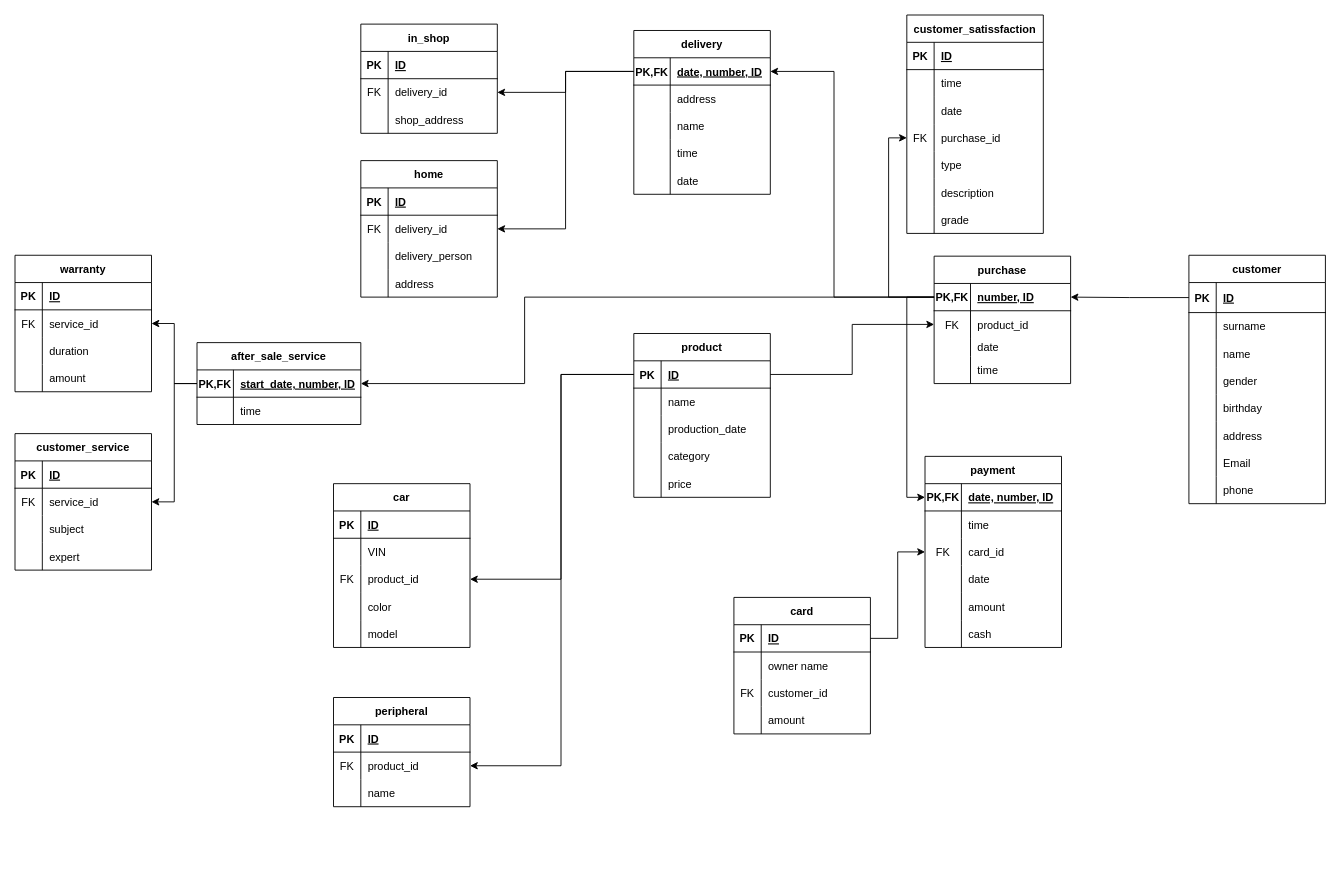
mohsenshahii/database keeps this draw.io diagram as car_logical1.drawio. Above is the earlier version. Source tidied: cells renumbered, new cells numbered last; positions are measured from the earlier drawing's top-left corner, leaving out a move shared by most shapes. Both pictures are drawn from the tidied source at 91%, with x=0, y=0 at pixel (15, 15).
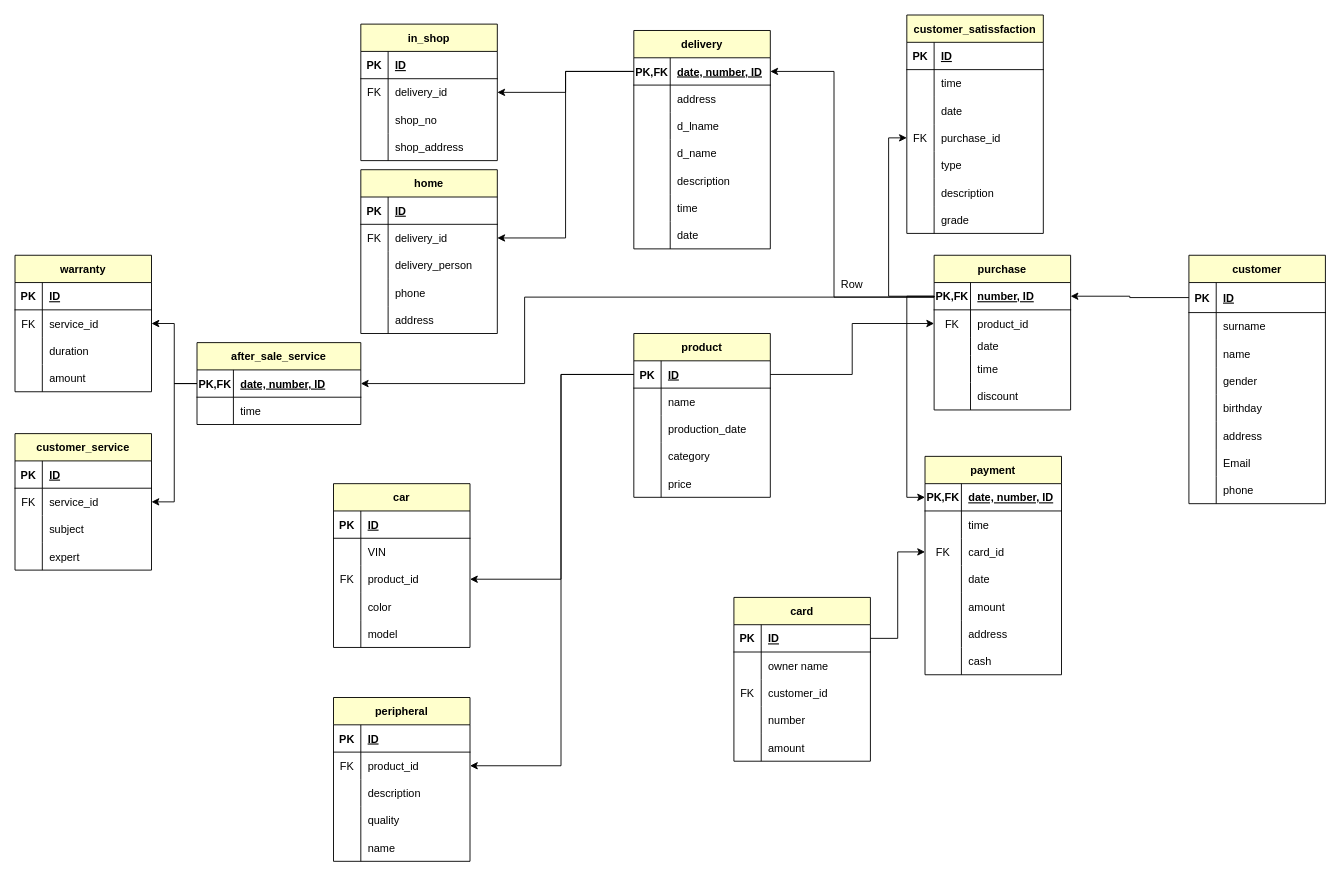
The same diagram, later.

Unchanged cells that the change refers to:
```xml
<mxCell id="144" style="shape=tableRow;horizontal=0;startSize=0;swimlaneHead=0;swimlaneBody=0;fillColor=none;points=[[0,0.5],[1,0.5]];portConstraint=eastwest;top=0;left=0;right=0;bottom=1;" parent="143" vertex="1">
  <mxGeometry y="30" width="180" height="30" as="geometry" />
</mxCell>
```

The edit, as a diff of the source:
```diff
@@
-    <mxCell id="2" value="customer" style="shape=table;startSize=30;childLayout=tableLayout;rowLines=0;fontStyle=1;align=center;arcSize=21;" parent="1" vertex="1">
+    <mxCell id="2" value="customer" style="shape=table;startSize=30;childLayout=tableLayout;rowLines=0;fontStyle=1;align=center;arcSize=21;fillColor=#FFFFCC;" parent="1" vertex="1">
       <mxGeometry x="1290" y="264" width="150" height="273" as="geometry" />
     </mxCell>
@@
-    <mxCell id="27" value="customer_satissfaction" style="shape=table;startSize=30;childLayout=tableLayout;rowLines=0;fontStyle=1;align=center;" parent="1" vertex="1">
+    <mxCell id="27" value="customer_satissfaction" style="shape=table;startSize=30;childLayout=tableLayout;rowLines=0;fontStyle=1;align=center;fillColor=#FFFFCC;" parent="1" vertex="1">
       <mxGeometry x="980" width="150" height="240" as="geometry" />
     </mxCell>
@@
-    <mxCell id="49" value="purchase" style="shape=table;startSize=30;childLayout=tableLayout;rowLines=0;fontStyle=1;align=center;" parent="1" vertex="1">
-      <mxGeometry x="1010" y="265" width="150" height="140" as="geometry" />
+    <mxCell id="49" value="purchase" style="shape=table;startSize=30;childLayout=tableLayout;rowLines=0;fontStyle=1;align=center;fillColor=#FFFFCC;" parent="1" vertex="1">
+      <mxGeometry x="1010" y="264" width="150" height="170" as="geometry" />
     </mxCell>
@@
+    <mxCell id="221" style="shape=tableRow;horizontal=0;startSize=0;swimlaneHead=0;swimlaneBody=0;fillColor=none;top=0;left=0;right=0;bottom=0;" parent="49" vertex="1">
+      <mxGeometry y="140" width="150" height="30" as="geometry" />
+    </mxCell>
+    <mxCell id="222" style="shape=partialRectangle;fillColor=none;top=0;left=0;bottom=0;right=0;overflow=hidden;" parent="221" vertex="1">
+      <mxGeometry width="40" height="30" as="geometry" />
+    </mxCell>
+    <mxCell id="223" value="discount" style="shape=partialRectangle;fillColor=none;top=0;left=0;bottom=0;right=0;align=left;spacingLeft=6;overflow=hidden;" parent="221" vertex="1">
+      <mxGeometry x="40" width="110" height="30" as="geometry" />
+    </mxCell>
-    <mxCell id="62" value="payment" style="shape=table;startSize=30;childLayout=tableLayout;rowLines=0;fontStyle=1;align=center;" parent="1" vertex="1">
-      <mxGeometry x="1000" y="485" width="150" height="210" as="geometry" />
+    <mxCell id="62" value="payment" style="shape=table;startSize=30;childLayout=tableLayout;rowLines=0;fontStyle=1;align=center;fillColor=#FFFFCC;" parent="1" vertex="1">
+      <mxGeometry x="1000" y="485" width="150" height="240" as="geometry" />
     </mxCell>
@@
+    <mxCell id="224" style="shape=tableRow;horizontal=0;startSize=0;swimlaneHead=0;swimlaneBody=0;fillColor=none;top=0;left=0;right=0;bottom=0;" parent="62" vertex="1">
+      <mxGeometry y="180" width="150" height="30" as="geometry" />
+    </mxCell>
+    <mxCell id="225" style="shape=partialRectangle;fillColor=none;top=0;left=0;bottom=0;right=0;overflow=hidden;" parent="224" vertex="1">
+      <mxGeometry width="40" height="30" as="geometry" />
+    </mxCell>
+    <mxCell id="226" value="address" style="shape=partialRectangle;fillColor=none;top=0;left=0;bottom=0;right=0;align=left;spacingLeft=6;overflow=hidden;" parent="224" vertex="1">
+      <mxGeometry x="40" width="110" height="30" as="geometry" />
+    </mxCell>
     <mxCell id="78" style="shape=tableRow;horizontal=0;startSize=0;swimlaneHead=0;swimlaneBody=0;fillColor=none;top=0;left=0;right=0;bottom=0;" parent="62" vertex="1">
-      <mxGeometry y="180" width="150" height="30" as="geometry" />
+      <mxGeometry y="210" width="150" height="30" as="geometry" />
     </mxCell>
@@
-    <mxCell id="81" value="card" style="shape=table;startSize=30;childLayout=tableLayout;rowLines=0;fontStyle=1;align=center;" parent="1" vertex="1">
-      <mxGeometry x="790" y="640" width="150" height="150" as="geometry" />
+    <mxCell id="81" value="card" style="shape=table;startSize=30;childLayout=tableLayout;rowLines=0;fontStyle=1;align=center;fillColor=#FFFFCC;" parent="1" vertex="1">
+      <mxGeometry x="790" y="640" width="150" height="180" as="geometry" />
     </mxCell>
@@
+    <mxCell id="227" style="shape=tableRow;horizontal=0;startSize=0;swimlaneHead=0;swimlaneBody=0;fillColor=none;top=0;left=0;right=0;bottom=0;" parent="81" vertex="1">
+      <mxGeometry y="120" width="150" height="30" as="geometry" />
+    </mxCell>
+    <mxCell id="228" style="shape=partialRectangle;fillColor=none;top=0;left=0;bottom=0;right=0;overflow=hidden;" parent="227" vertex="1">
+      <mxGeometry width="30" height="30" as="geometry" />
+    </mxCell>
+    <mxCell id="229" value="number" style="shape=partialRectangle;fillColor=none;top=0;left=0;bottom=0;right=0;align=left;spacingLeft=6;overflow=hidden;" parent="227" vertex="1">
+      <mxGeometry x="30" width="120" height="30" as="geometry" />
+    </mxCell>
     <mxCell id="91" style="shape=tableRow;horizontal=0;startSize=0;swimlaneHead=0;swimlaneBody=0;fillColor=none;top=0;left=0;right=0;bottom=0;" parent="81" vertex="1">
-      <mxGeometry y="120" width="150" height="30" as="geometry" />
+      <mxGeometry y="150" width="150" height="30" as="geometry" />
     </mxCell>
@@
-    <mxCell id="94" value="delivery" style="shape=table;startSize=30;childLayout=tableLayout;rowLines=0;fontStyle=1;align=center;" parent="1" vertex="1">
-      <mxGeometry x="680" y="17" width="150" height="180" as="geometry" />
+    <mxCell id="94" value="delivery" style="shape=table;startSize=30;childLayout=tableLayout;rowLines=0;fontStyle=1;align=center;fillColor=#FFFFCC;" parent="1" vertex="1">
+      <mxGeometry x="680" y="17" width="150" height="240" as="geometry" />
     </mxCell>
@@
+    <mxCell id="230" style="shape=tableRow;horizontal=0;startSize=0;swimlaneHead=0;swimlaneBody=0;fillColor=none;top=0;left=0;right=0;bottom=0;" parent="94" vertex="1">
+      <mxGeometry y="90" width="150" height="30" as="geometry" />
+    </mxCell>
+    <mxCell id="231" style="shape=partialRectangle;fillColor=none;top=0;left=0;bottom=0;right=0;overflow=hidden;" parent="230" vertex="1">
+      <mxGeometry width="40" height="30" as="geometry" />
+    </mxCell>
+    <mxCell id="232" value="d_lname" style="shape=partialRectangle;fillColor=none;top=0;left=0;bottom=0;right=0;align=left;spacingLeft=6;overflow=hidden;" parent="230" vertex="1">
+      <mxGeometry x="40" width="110" height="30" as="geometry" />
+    </mxCell>
     <mxCell id="101" style="shape=tableRow;horizontal=0;startSize=0;swimlaneHead=0;swimlaneBody=0;fillColor=none;top=0;left=0;right=0;bottom=0;" parent="94" vertex="1">
-      <mxGeometry y="90" width="150" height="30" as="geometry" />
+      <mxGeometry y="120" width="150" height="30" as="geometry" />
     </mxCell>
@@
-    <mxCell id="103" value="name" style="shape=partialRectangle;fillColor=none;top=0;left=0;bottom=0;right=0;align=left;spacingLeft=6;overflow=hidden;" parent="101" vertex="1">
+    <mxCell id="103" value="d_name" style="shape=partialRectangle;fillColor=none;top=0;left=0;bottom=0;right=0;align=left;spacingLeft=6;overflow=hidden;" parent="101" vertex="1">
       <mxGeometry x="40" width="110" height="30" as="geometry" />
     </mxCell>
+    <mxCell id="233" style="shape=tableRow;horizontal=0;startSize=0;swimlaneHead=0;swimlaneBody=0;fillColor=none;top=0;left=0;right=0;bottom=0;" parent="94" vertex="1">
+      <mxGeometry y="150" width="150" height="30" as="geometry" />
+    </mxCell>
+    <mxCell id="234" style="shape=partialRectangle;fillColor=none;top=0;left=0;bottom=0;right=0;overflow=hidden;" parent="233" vertex="1">
+      <mxGeometry width="40" height="30" as="geometry" />
+    </mxCell>
+    <mxCell id="235" value="description" style="shape=partialRectangle;fillColor=none;top=0;left=0;bottom=0;right=0;align=left;spacingLeft=6;overflow=hidden;" parent="233" vertex="1">
+      <mxGeometry x="40" width="110" height="30" as="geometry" />
+    </mxCell>
     <mxCell id="104" style="shape=tableRow;horizontal=0;startSize=0;swimlaneHead=0;swimlaneBody=0;fillColor=none;top=0;left=0;right=0;bottom=0;" parent="94" vertex="1">
-      <mxGeometry y="120" width="150" height="30" as="geometry" />
+      <mxGeometry y="180" width="150" height="30" as="geometry" />
     </mxCell>
@@
     <mxCell id="107" style="shape=tableRow;horizontal=0;startSize=0;swimlaneHead=0;swimlaneBody=0;fillColor=none;top=0;left=0;right=0;bottom=0;" parent="94" vertex="1">
-      <mxGeometry y="150" width="150" height="30" as="geometry" />
+      <mxGeometry y="210" width="150" height="30" as="geometry" />
     </mxCell>
@@
-    <mxCell id="110" value="in_shop" style="shape=table;startSize=30;childLayout=tableLayout;rowLines=0;fontStyle=1;align=center;" parent="1" vertex="1">
-      <mxGeometry x="380" y="10" width="150" height="120" as="geometry" />
+    <mxCell id="110" value="in_shop" style="shape=table;startSize=30;childLayout=tableLayout;rowLines=0;fontStyle=1;align=center;fillColor=#FFFFCC;" parent="1" vertex="1">
+      <mxGeometry x="380" y="10" width="150" height="150" as="geometry" />
     </mxCell>
@@
+    <mxCell id="236" style="shape=tableRow;horizontal=0;startSize=0;swimlaneHead=0;swimlaneBody=0;fillColor=none;top=0;left=0;right=0;bottom=0;" parent="110" vertex="1">
+      <mxGeometry y="90" width="150" height="30" as="geometry" />
+    </mxCell>
+    <mxCell id="237" style="shape=partialRectangle;fillColor=none;top=0;left=0;bottom=0;right=0;overflow=hidden;" parent="236" vertex="1">
+      <mxGeometry width="30" height="30" as="geometry" />
+    </mxCell>
+    <mxCell id="238" value="shop_no" style="shape=partialRectangle;fillColor=none;top=0;left=0;bottom=0;right=0;align=left;spacingLeft=6;overflow=hidden;" parent="236" vertex="1">
+      <mxGeometry x="30" width="120" height="30" as="geometry" />
+    </mxCell>
     <mxCell id="117" style="shape=tableRow;horizontal=0;startSize=0;swimlaneHead=0;swimlaneBody=0;fillColor=none;top=0;left=0;right=0;bottom=0;" parent="110" vertex="1">
-      <mxGeometry y="90" width="150" height="30" as="geometry" />
+      <mxGeometry y="120" width="150" height="30" as="geometry" />
     </mxCell>
@@
-    <mxCell id="120" value="home" style="shape=table;startSize=30;childLayout=tableLayout;rowLines=0;fontStyle=1;align=center;" parent="1" vertex="1">
-      <mxGeometry x="380" y="160" width="150" height="150" as="geometry" />
+    <mxCell id="120" value="home" style="shape=table;startSize=30;childLayout=tableLayout;rowLines=0;fontStyle=1;align=center;fillColor=#FFFFCC;" parent="1" vertex="1">
+      <mxGeometry x="380" y="170" width="150" height="180" as="geometry" />
     </mxCell>
@@
+    <mxCell id="239" style="shape=tableRow;horizontal=0;startSize=0;swimlaneHead=0;swimlaneBody=0;fillColor=none;top=0;left=0;right=0;bottom=0;" parent="120" vertex="1">
+      <mxGeometry y="120" width="150" height="30" as="geometry" />
+    </mxCell>
+    <mxCell id="240" style="shape=partialRectangle;fillColor=none;top=0;left=0;bottom=0;right=0;overflow=hidden;" parent="239" vertex="1">
+      <mxGeometry width="30" height="30" as="geometry" />
+    </mxCell>
+    <mxCell id="241" value="phone" style="shape=partialRectangle;fillColor=none;top=0;left=0;bottom=0;right=0;align=left;spacingLeft=6;overflow=hidden;" parent="239" vertex="1">
+      <mxGeometry x="30" width="120" height="30" as="geometry" />
+    </mxCell>
     <mxCell id="130" style="shape=tableRow;horizontal=0;startSize=0;swimlaneHead=0;swimlaneBody=0;fillColor=none;top=0;left=0;right=0;bottom=0;" parent="120" vertex="1">
-      <mxGeometry y="120" width="150" height="30" as="geometry" />
+      <mxGeometry y="150" width="150" height="30" as="geometry" />
     </mxCell>
@@
-    <mxCell id="133" value="peripheral" style="shape=table;startSize=30;childLayout=tableLayout;rowLines=0;fontStyle=1;align=center;" parent="1" vertex="1">
-      <mxGeometry x="350" y="750" width="150" height="120" as="geometry" />
+    <mxCell id="133" value="peripheral" style="shape=table;startSize=30;childLayout=tableLayout;rowLines=0;fontStyle=1;align=center;fillColor=#FFFFCC;" parent="1" vertex="1">
+      <mxGeometry x="350" y="750" width="150" height="180" as="geometry" />
     </mxCell>
@@
+    <mxCell id="242" style="shape=tableRow;horizontal=0;startSize=0;swimlaneHead=0;swimlaneBody=0;fillColor=none;top=0;left=0;right=0;bottom=0;" parent="133" vertex="1">
+      <mxGeometry y="90" width="150" height="30" as="geometry" />
+    </mxCell>
+    <mxCell id="243" style="shape=partialRectangle;fillColor=none;top=0;left=0;bottom=0;right=0;overflow=hidden;" parent="242" vertex="1">
+      <mxGeometry width="30" height="30" as="geometry" />
+    </mxCell>
+    <mxCell id="244" value="description" style="shape=partialRectangle;fillColor=none;top=0;left=0;bottom=0;right=0;align=left;spacingLeft=6;overflow=hidden;" parent="242" vertex="1">
+      <mxGeometry x="30" width="120" height="30" as="geometry" />
+    </mxCell>
+    <mxCell id="245" style="shape=tableRow;horizontal=0;startSize=0;swimlaneHead=0;swimlaneBody=0;fillColor=none;top=0;left=0;right=0;bottom=0;" parent="133" vertex="1">
+      <mxGeometry y="120" width="150" height="30" as="geometry" />
+    </mxCell>
+    <mxCell id="246" style="shape=partialRectangle;fillColor=none;top=0;left=0;bottom=0;right=0;overflow=hidden;" parent="245" vertex="1">
+      <mxGeometry width="30" height="30" as="geometry" />
+    </mxCell>
+    <mxCell id="247" value="quality" style="shape=partialRectangle;fillColor=none;top=0;left=0;bottom=0;right=0;align=left;spacingLeft=6;overflow=hidden;" parent="245" vertex="1">
+      <mxGeometry x="30" width="120" height="30" as="geometry" />
+    </mxCell>
     <mxCell id="140" style="shape=tableRow;horizontal=0;startSize=0;swimlaneHead=0;swimlaneBody=0;fillColor=none;top=0;left=0;right=0;bottom=0;" parent="133" vertex="1">
-      <mxGeometry y="90" width="150" height="30" as="geometry" />
+      <mxGeometry y="150" width="150" height="30" as="geometry" />
     </mxCell>
@@
-    <mxCell id="143" value="after_sale_service" style="shape=table;startSize=30;childLayout=tableLayout;rowLines=0;fontStyle=1;align=center;" parent="1" vertex="1">
+    <mxCell id="143" value="after_sale_service" style="shape=table;startSize=30;childLayout=tableLayout;rowLines=0;fontStyle=1;align=center;fillColor=#FFFFCC;" parent="1" vertex="1">
       <mxGeometry x="200" y="360" width="180" height="90" as="geometry" />
     </mxCell>
@@
-    <mxCell id="146" value="start_date, number, ID" style="shape=partialRectangle;fillColor=none;top=0;left=0;bottom=0;right=0;align=left;spacingLeft=6;fontStyle=5;overflow=hidden;" parent="144" vertex="1">
+    <mxCell id="146" value="date, number, ID" style="shape=partialRectangle;fillColor=none;top=0;left=0;bottom=0;right=0;align=left;spacingLeft=6;fontStyle=5;overflow=hidden;" parent="144" vertex="1">
       <mxGeometry x="40" width="140" height="30" as="geometry" />
     </mxCell>
@@
-    <mxCell id="150" value="warranty" style="shape=table;startSize=30;childLayout=tableLayout;rowLines=0;fontStyle=1;align=center;" parent="1" vertex="1">
+    <mxCell id="150" value="warranty" style="shape=table;startSize=30;childLayout=tableLayout;rowLines=0;fontStyle=1;align=center;fillColor=#FFFFCC;" parent="1" vertex="1">
       <mxGeometry y="264" width="150" height="150" as="geometry" />
     </mxCell>
@@
-    <mxCell id="163" value="product" style="shape=table;startSize=30;childLayout=tableLayout;rowLines=0;fontStyle=1;align=center;" parent="1" vertex="1">
+    <mxCell id="163" value="product" style="shape=table;startSize=30;childLayout=tableLayout;rowLines=0;fontStyle=1;align=center;fillColor=#FFFFCC;" parent="1" vertex="1">
       <mxGeometry x="680" y="350" width="150" height="180" as="geometry" />
     </mxCell>
@@
-    <mxCell id="179" value="car" style="shape=table;startSize=30;childLayout=tableLayout;rowLines=0;fontStyle=1;align=center;" parent="1" vertex="1">
+    <mxCell id="179" value="car" style="shape=table;startSize=30;childLayout=tableLayout;rowLines=0;fontStyle=1;align=center;fillColor=#FFFFCC;" parent="1" vertex="1">
       <mxGeometry x="350" y="515" width="150" height="180" as="geometry" />
     </mxCell>
@@
-    <mxCell id="199" value="customer_service" style="shape=table;startSize=30;childLayout=tableLayout;rowLines=0;fontStyle=1;align=center;" parent="1" vertex="1">
+    <mxCell id="199" value="customer_service" style="shape=table;startSize=30;childLayout=tableLayout;rowLines=0;fontStyle=1;align=center;fillColor=#FFFFCC;" parent="1" vertex="1">
       <mxGeometry y="460" width="150" height="150" as="geometry" />
     </mxCell>
@@
+    <mxCell id="248" style="shape=table;startSize=0;childLayout=tableLayout;rowLines=0;fontStyle=0;align=center;strokeColor=none;fillColor=none;" parent="1" vertex="1">
+      <mxGeometry x="870" y="280" width="180" height="30" as="geometry" />
+    </mxCell>
+    <mxCell id="249" style="shape=tableRow;horizontal=0;startSize=0;swimlaneHead=0;swimlaneBody=0;fillColor=none;top=0;left=0;right=0;bottom=0;" parent="248" vertex="1">
+      <mxGeometry width="180" height="30" as="geometry" />
+    </mxCell>
+    <mxCell id="250" style="shape=partialRectangle;fillColor=none;top=0;left=0;bottom=0;right=0;overflow=hidden;" parent="249" vertex="1">
+      <mxGeometry width="30" height="30" as="geometry" />
+    </mxCell>
+    <mxCell id="251" value="Row" style="shape=partialRectangle;fillColor=none;top=0;left=0;bottom=0;right=0;align=left;spacingLeft=6;overflow=hidden;" parent="249" vertex="1">
+      <mxGeometry x="30" width="150" height="30" as="geometry" />
+    </mxCell>
```
